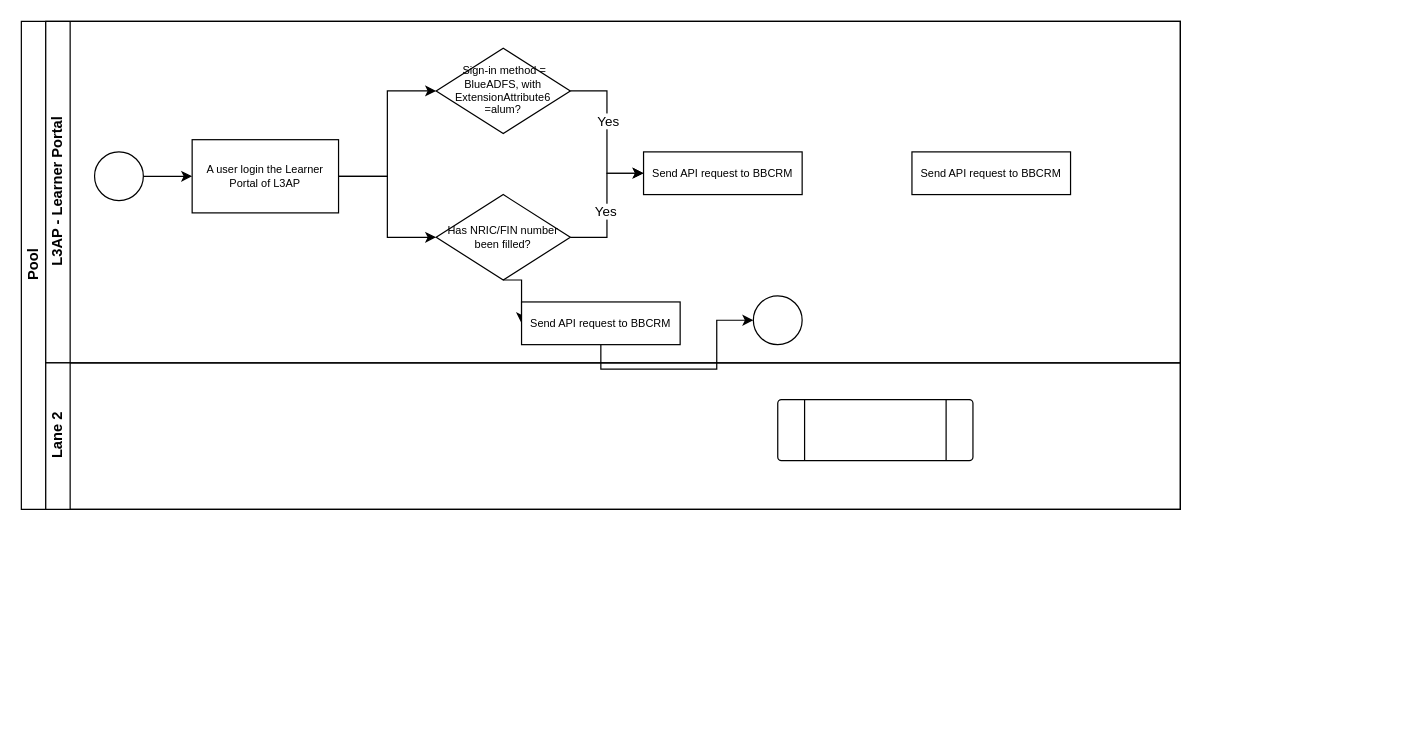
QJUNJIQ/DM22 keeps this draw.io diagram as Untitled Diagram.drawio. Above is the earlier version. Source tidied: cells renumbered, new cells numbered last; positions are measured from the earlier drawing's top-left corner, leaving out a move shared by most shapes. Both pictures are drawn from the tidied source at 122%, with x=0, y=0 at pixel (21, 21).
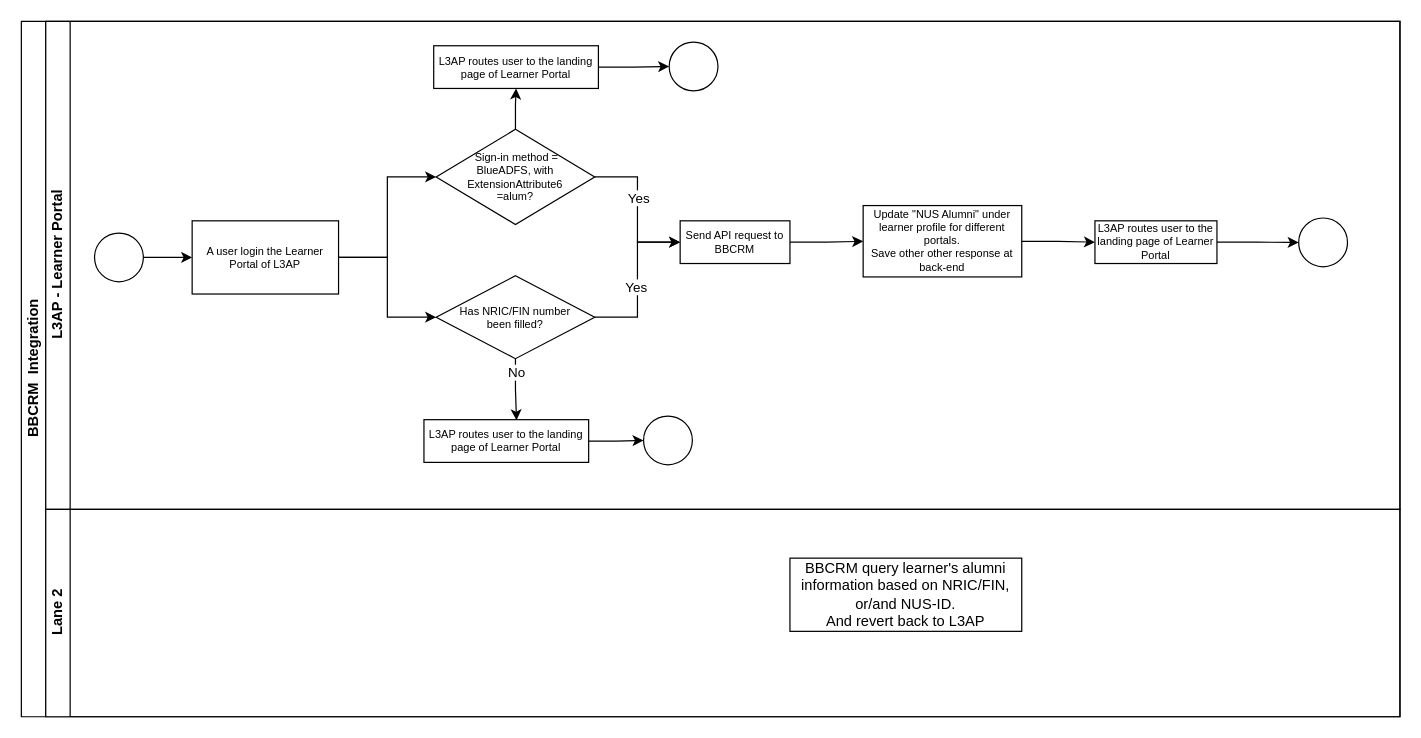
The same page after the edit.

Commit message:
BBCRM_Flowchart

Change to the diagram source:
```diff
@@
-    <mxCell id="2" value="Pool" style="swimlane;html=1;horizontal=0;startSize=20;" parent="1" vertex="1">
-      <mxGeometry width="950" height="400" as="geometry" />
+    <mxCell id="2" value="BBCRM&amp;nbsp; Integration" style="swimlane;html=1;horizontal=0;startSize=20;" parent="1" vertex="1">
+      <mxGeometry width="1130" height="570" as="geometry" />
     </mxCell>
     <mxCell id="3" value="L3AP - Learner Portal" style="swimlane;html=1;startSize=20;horizontal=0;" parent="2" vertex="1">
-      <mxGeometry x="20" width="930" height="280" as="geometry" />
+      <mxGeometry x="20" width="1110" height="400" as="geometry" />
     </mxCell>
@@
     <mxCell id="5" style="ellipse;whiteSpace=wrap;html=1;" parent="3" vertex="1">
-      <mxGeometry x="40" y="107" width="40" height="40" as="geometry" />
+      <mxGeometry x="40" y="173.5" width="40" height="40" as="geometry" />
     </mxCell>
     <mxCell id="6" value="A user login the Learner Portal of L3AP" style="rounded=0;whiteSpace=wrap;html=1;fontFamily=Helvetica;fontSize=9;fontColor=#000000;align=center;" parent="3" vertex="1">
-      <mxGeometry x="120" y="97" width="120" height="60" as="geometry" />
+      <mxGeometry x="120" y="163.5" width="120" height="60" as="geometry" />
     </mxCell>
@@
     <mxCell id="8" style="ellipse;whiteSpace=wrap;html=1;" parent="3" vertex="1">
-      <mxGeometry x="580" y="225" width="40" height="40" as="geometry" />
+      <mxGeometry x="490" y="323.5" width="40" height="40" as="geometry" />
     </mxCell>
+    <mxCell id="24" style="edgeStyle=orthogonalEdgeStyle;rounded=0;jettySize=auto;html=1;" parent="3" edge="1" source="9" target="29">
+      <mxGeometry relative="1" as="geometry" />
+    </mxCell>
     <mxCell id="9" value="&amp;nbsp;Sign-in method = BlueADFS,&amp;nbsp;with ExtensionAttribute6&lt;br style=&quot;font-size: 9px;&quot;&gt;=alum?" style="rhombus;whiteSpace=wrap;html=1;fontFamily=Helvetica;fontSize=9;fontColor=#000000;align=center;" parent="3" vertex="1">
-      <mxGeometry x="320" y="22" width="110" height="70" as="geometry" />
+      <mxGeometry x="320" y="88.5" width="130" height="78" as="geometry" />
     </mxCell>
@@
+    <mxCell id="25" style="edgeStyle=orthogonalEdgeStyle;rounded=0;jettySize=auto;html=1;" parent="3" edge="1" source="12" target="18">
+      <mxGeometry relative="1" as="geometry" />
+    </mxCell>
     <mxCell id="12" value="Send API request to BBCRM" style="rounded=0;whiteSpace=wrap;html=1;fontFamily=Helvetica;fontSize=9;fontColor=#000000;align=center;" parent="3" vertex="1">
-      <mxGeometry x="490" y="107" width="130" height="35" as="geometry" />
+      <mxGeometry x="520" y="163.5" width="90" height="35" as="geometry" />
     </mxCell>
@@
     <mxCell id="15" value="Has NRIC/FIN number &lt;br&gt;been filled?" style="rhombus;whiteSpace=wrap;html=1;fontFamily=Helvetica;fontSize=9;fontColor=#000000;align=center;" parent="3" vertex="1">
-      <mxGeometry x="320" y="142" width="110" height="70" as="geometry" />
+      <mxGeometry x="320" y="208.5" width="130" height="68" as="geometry" />
     </mxCell>
@@
+    <mxCell id="26" style="edgeStyle=orthogonalEdgeStyle;rounded=0;jettySize=auto;html=1;" parent="3" edge="1" source="18" target="32">
+      <mxGeometry relative="1" as="geometry" />
+    </mxCell>
-    <mxCell id="18" value="Send API request to BBCRM" style="rounded=0;whiteSpace=wrap;html=1;fontFamily=Helvetica;fontSize=9;fontColor=#000000;align=center;" parent="3" vertex="1">
-      <mxGeometry x="710" y="107" width="130" height="35" as="geometry" />
+    <mxCell id="18" value="Update &quot;NUS Alumni&quot; under learner profile for different portals.&lt;div&gt;Save other other response at back-end&lt;/div&gt;" style="rounded=0;whiteSpace=wrap;html=1;fontFamily=Helvetica;fontSize=9;fontColor=#000000;align=center;" parent="3" vertex="1">
+      <mxGeometry x="670" y="151" width="130" height="58.5" as="geometry" />
     </mxCell>
+    <mxCell id="20" style="edgeStyle=orthogonalEdgeStyle;rounded=0;jettySize=auto;html=1;endArrow=classic;endFill=1;exitX=0.5;exitY=1;exitDx=0;exitDy=0;entryX=0.562;entryY=0.014;entryDx=0;entryDy=0;entryPerimeter=0;" parent="3" edge="1" source="15" target="21">
+      <mxGeometry relative="1" as="geometry" />
+    </mxCell>
+    <mxCell id="27" value="No" style="edgeLabel;html=1;align=center;verticalAlign=middle;" parent="20" vertex="1">
+      <mxGeometry x="-0.58" relative="1" as="geometry" />
+    </mxCell>
-    <mxCell id="19" style="edgeStyle=orthogonalEdgeStyle;rounded=0;jettySize=auto;html=1;endArrow=classic;endFill=1;exitX=0.5;exitY=1;exitDx=0;exitDy=0;entryX=0;entryY=0.5;entryDx=0;entryDy=0;" parent="3" edge="1" source="21" target="8">
+    <mxCell id="19" style="edgeStyle=orthogonalEdgeStyle;rounded=0;jettySize=auto;html=1;" parent="3" edge="1" source="21" target="8">
       <mxGeometry relative="1" as="geometry" />
     </mxCell>
-    <mxCell id="20" style="edgeStyle=orthogonalEdgeStyle;rounded=0;jettySize=auto;html=1;endArrow=classic;endFill=1;exitX=0.5;exitY=1;exitDx=0;exitDy=0;entryX=0;entryY=0.5;entryDx=0;entryDy=0;" parent="3" edge="1" source="15" target="21">
-      <mxGeometry relative="1" as="geometry" />
-    </mxCell>
-    <mxCell id="21" value="Send API request to BBCRM" style="rounded=0;whiteSpace=wrap;html=1;fontFamily=Helvetica;fontSize=9;fontColor=#000000;align=center;" parent="3" vertex="1">
-      <mxGeometry x="390" y="230" width="130" height="35" as="geometry" />
+    <mxCell id="21" value="L3AP routes user to the landing page of Learner Portal" style="rounded=0;whiteSpace=wrap;html=1;fontFamily=Helvetica;fontSize=9;fontColor=#000000;align=center;" parent="3" vertex="1">
+      <mxGeometry x="310" y="326.5" width="135" height="35" as="geometry" />
     </mxCell>
+    <mxCell id="28" style="edgeStyle=orthogonalEdgeStyle;rounded=0;jettySize=auto;html=1;entryX=0;entryY=0.5;entryDx=0;entryDy=0;" parent="3" edge="1" source="29" target="30">
+      <mxGeometry relative="1" as="geometry" />
+    </mxCell>
+    <mxCell id="29" value="L3AP routes user to the landing page of Learner Portal" style="rounded=0;whiteSpace=wrap;html=1;fontFamily=Helvetica;fontSize=9;fontColor=#000000;align=center;" parent="3" vertex="1">
+      <mxGeometry x="318" y="20" width="135" height="35" as="geometry" />
+    </mxCell>
+    <mxCell id="30" style="ellipse;whiteSpace=wrap;html=1;" parent="3" vertex="1">
+      <mxGeometry x="511" y="17" width="40" height="40" as="geometry" />
+    </mxCell>
+    <mxCell id="31" style="edgeStyle=orthogonalEdgeStyle;rounded=0;jettySize=auto;html=1;" parent="3" edge="1" source="32" target="33">
+      <mxGeometry relative="1" as="geometry" />
+    </mxCell>
+    <mxCell id="32" value="L3AP routes user to the landing page of Learner Portal" style="rounded=0;whiteSpace=wrap;html=1;fontFamily=Helvetica;fontSize=9;fontColor=#000000;align=center;" parent="3" vertex="1">
+      <mxGeometry x="860" y="163.5" width="100" height="35" as="geometry" />
+    </mxCell>
+    <mxCell id="33" style="ellipse;whiteSpace=wrap;html=1;" parent="3" vertex="1">
+      <mxGeometry x="1027" y="161.2" width="40" height="40" as="geometry" />
+    </mxCell>
     <mxCell id="22" value="Lane 2" style="swimlane;html=1;startSize=20;horizontal=0;" parent="2" vertex="1">
-      <mxGeometry x="20" y="280" width="930" height="120" as="geometry" />
+      <mxGeometry x="20" y="400" width="1110" height="170" as="geometry" />
     </mxCell>
-    <mxCell id="23" style="verticalLabelPosition=bottom;verticalAlign=top;html=1;shape=process;whiteSpace=wrap;rounded=1;size=0.14;arcSize=6;" parent="22" vertex="1">
-      <mxGeometry x="600" y="30" width="160" height="50" as="geometry" />
-    </mxCell>
+    <mxCell id="34" value="BBCRM query learner's alumni information based on NRIC/FIN, or/and NUS-ID.&lt;div&gt;And revert back to L3AP&lt;/div&gt;" style="rounded=0;whiteSpace=wrap;html=1;" parent="22" vertex="1">
+      <mxGeometry x="610" y="40" width="190" height="60" as="geometry" />
+    </mxCell>
```
